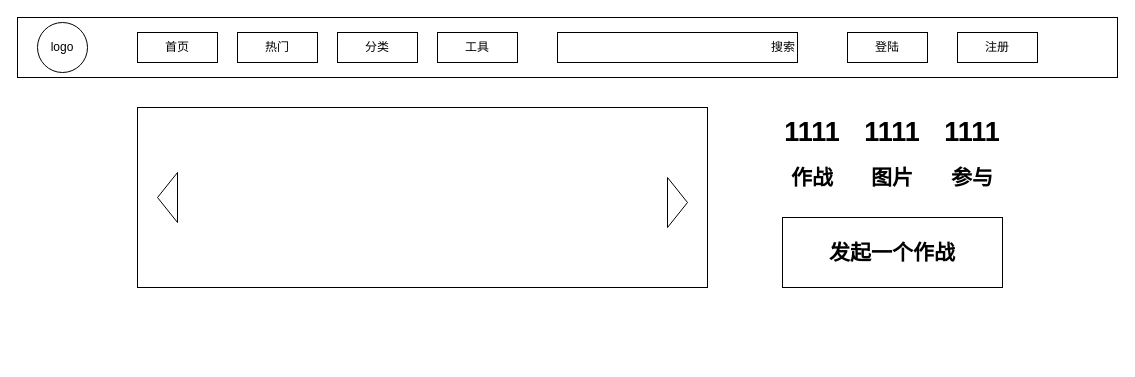
Before: page "Page-6" (6 of 6) of gif.drawio in goldmine/base, a draw.io diagram. Source tidied: cells renumbered, new cells numbered last; positions are measured from the earlier drawing's top-left corner, leaving out a move shared by most shapes. Both pictures are drawn from the tidied source at 100%, with x=0, y=0 at pixel (17, 17).
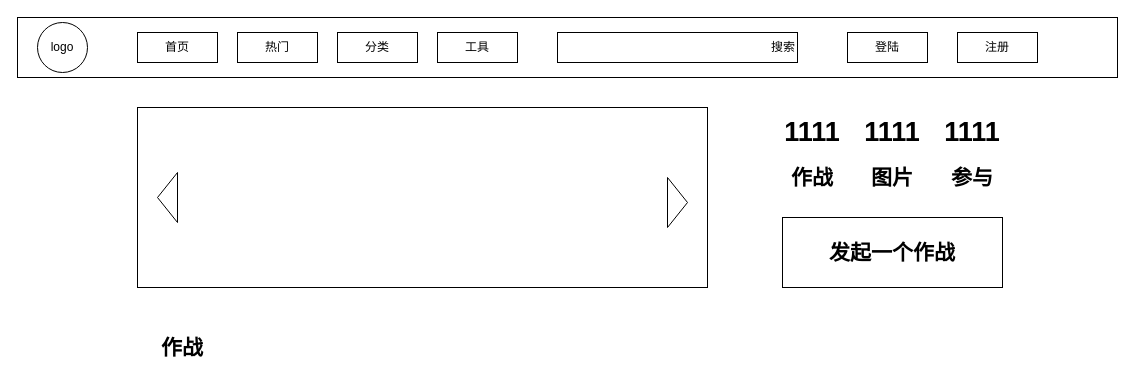
After the change.

What changed in the source:
```diff
@@
+    <mxCell id="22" value="作战" style="text;html=1;strokeColor=none;fillColor=none;align=center;verticalAlign=middle;whiteSpace=wrap;rounded=0;fontSize=21;fontStyle=1;" parent="1" vertex="1">
+      <mxGeometry x="120" y="320" width="90" height="20" as="geometry" />
+    </mxCell>
```
